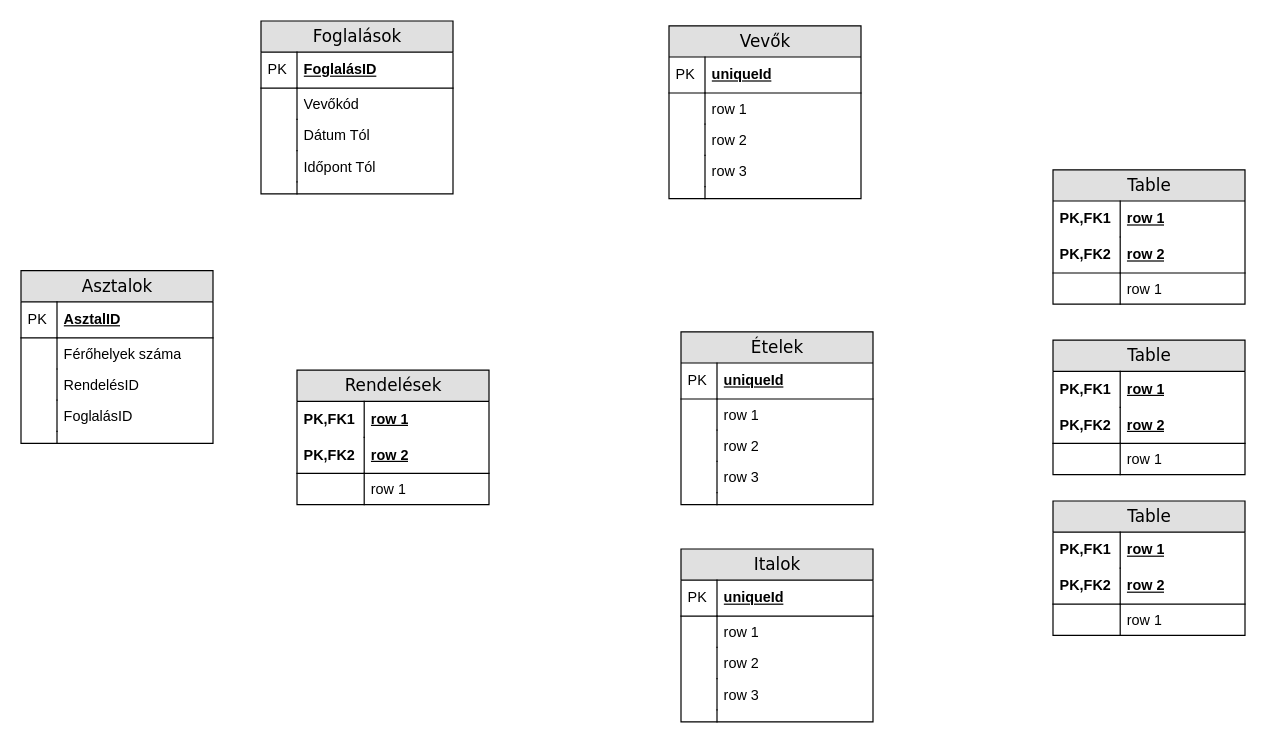
Above: ÉtteremOKJ.drawio in xcom169/xcom169 (draw.io), before the change. Source tidied: cells renumbered, new cells numbered last; positions are measured from the earlier drawing's top-left corner, leaving out a move shared by most shapes. Both pictures are drawn from the tidied source at 120%, with x=0, y=0 at pixel (20, 20).
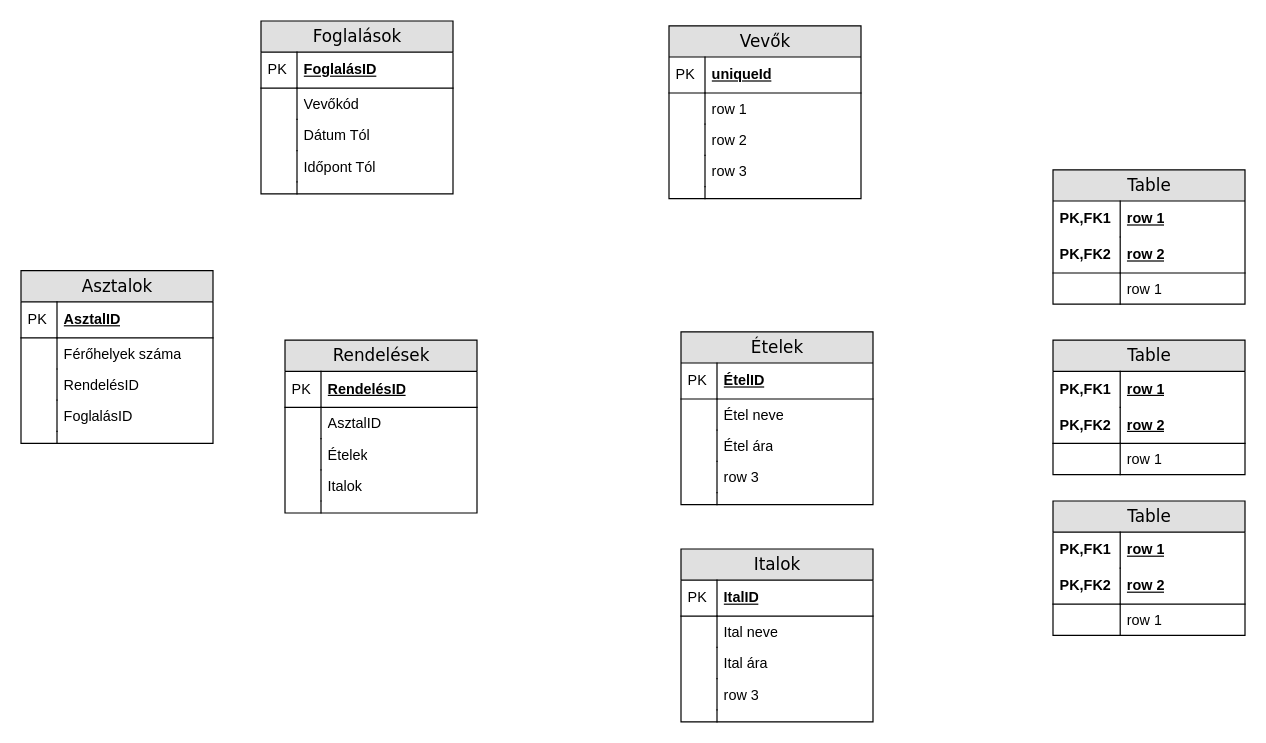
Above is the later version.

Unchanged cells that the change refers to:
```xml
<mxCell id="13" value="&lt;div&gt;Italok&lt;/div&gt;" style="swimlane;html=1;fontStyle=0;horizontal=1;startSize=26;fillColor=#e0e0e0;swimlaneFillColor=#ffffff;align=center;rounded=0;shadow=0;comic=0;labelBackgroundColor=none;strokeWidth=1;fontFamily=Verdana;fontSize=14;" parent="1" vertex="1">
  <mxGeometry x="550" y="440" width="160" height="144" as="geometry" />
</mxCell>
<mxCell id="24" value="Ételek" style="swimlane;html=1;fontStyle=0;horizontal=1;startSize=26;fillColor=#e0e0e0;swimlaneFillColor=#ffffff;align=center;rounded=0;shadow=0;comic=0;labelBackgroundColor=none;strokeWidth=1;fontFamily=Verdana;fontSize=14;" parent="1" vertex="1">
  <mxGeometry x="550" y="259" width="160" height="144" as="geometry" />
</mxCell>
```

What changed in the source:
```diff
@@
-    <mxCell id="14" value="uniqueId" style="shape=partialRectangle;top=0;left=0;right=0;bottom=1;html=1;align=left;verticalAlign=middle;fillColor=none;spacingLeft=34;spacingRight=4;whiteSpace=wrap;overflow=hidden;fontStyle=5;" parent="13" vertex="1">
+    <mxCell id="14" value="ItalID" style="shape=partialRectangle;top=0;left=0;right=0;bottom=1;html=1;align=left;verticalAlign=middle;fillColor=none;spacingLeft=34;spacingRight=4;whiteSpace=wrap;overflow=hidden;fontStyle=5;" parent="13" vertex="1">
       <mxGeometry y="26" width="160" height="30" as="geometry" />
     </mxCell>
@@
-    <mxCell id="16" value="row 1" style="shape=partialRectangle;top=0;left=0;right=0;bottom=0;html=1;align=left;verticalAlign=top;fillColor=none;spacingLeft=34;spacingRight=4;whiteSpace=wrap;overflow=hidden;" parent="13" vertex="1">
+    <mxCell id="16" value="Ital neve" style="shape=partialRectangle;top=0;left=0;right=0;bottom=0;html=1;align=left;verticalAlign=top;fillColor=none;spacingLeft=34;spacingRight=4;whiteSpace=wrap;overflow=hidden;" parent="13" vertex="1">
       <mxGeometry y="56" width="160" height="26" as="geometry" />
     </mxCell>
@@
-    <mxCell id="18" value="row 2" style="shape=partialRectangle;top=0;left=0;right=0;bottom=0;html=1;align=left;verticalAlign=top;fillColor=none;spacingLeft=34;spacingRight=4;whiteSpace=wrap;overflow=hidden;" parent="13" vertex="1">
+    <mxCell id="18" value="Ital ára" style="shape=partialRectangle;top=0;left=0;right=0;bottom=0;html=1;align=left;verticalAlign=top;fillColor=none;spacingLeft=34;spacingRight=4;whiteSpace=wrap;overflow=hidden;" parent="13" vertex="1">
       <mxGeometry y="82" width="160" height="26" as="geometry" />
     </mxCell>
@@
-    <mxCell id="25" value="uniqueId" style="shape=partialRectangle;top=0;left=0;right=0;bottom=1;html=1;align=left;verticalAlign=middle;fillColor=none;spacingLeft=34;spacingRight=4;whiteSpace=wrap;overflow=hidden;fontStyle=5;" parent="24" vertex="1">
+    <mxCell id="25" value="ÉtelID" style="shape=partialRectangle;top=0;left=0;right=0;bottom=1;html=1;align=left;verticalAlign=middle;fillColor=none;spacingLeft=34;spacingRight=4;whiteSpace=wrap;overflow=hidden;fontStyle=5;" parent="24" vertex="1">
       <mxGeometry y="26" width="160" height="30" as="geometry" />
     </mxCell>
@@
-    <mxCell id="27" value="row 1" style="shape=partialRectangle;top=0;left=0;right=0;bottom=0;html=1;align=left;verticalAlign=top;fillColor=none;spacingLeft=34;spacingRight=4;whiteSpace=wrap;overflow=hidden;" parent="24" vertex="1">
+    <mxCell id="27" value="&lt;div&gt;Étel neve&lt;/div&gt;" style="shape=partialRectangle;top=0;left=0;right=0;bottom=0;html=1;align=left;verticalAlign=top;fillColor=none;spacingLeft=34;spacingRight=4;whiteSpace=wrap;overflow=hidden;" parent="24" vertex="1">
       <mxGeometry y="56" width="160" height="26" as="geometry" />
     </mxCell>
@@
-    <mxCell id="29" value="row 2" style="shape=partialRectangle;top=0;left=0;right=0;bottom=0;html=1;align=left;verticalAlign=top;fillColor=none;spacingLeft=34;spacingRight=4;whiteSpace=wrap;overflow=hidden;" parent="24" vertex="1">
+    <mxCell id="29" value="Étel ára" style="shape=partialRectangle;top=0;left=0;right=0;bottom=0;html=1;align=left;verticalAlign=top;fillColor=none;spacingLeft=34;spacingRight=4;whiteSpace=wrap;overflow=hidden;" parent="24" vertex="1">
       <mxGeometry y="82" width="160" height="26" as="geometry" />
     </mxCell>
@@
-    <mxCell id="42" value="&lt;div&gt;Rendelések&lt;/div&gt;" style="swimlane;html=1;fontStyle=0;horizontal=1;startSize=26;fillColor=#e0e0e0;swimlaneFillColor=#ffffff;align=center;rounded=0;shadow=0;comic=0;labelBackgroundColor=none;strokeWidth=1;fontFamily=Verdana;fontSize=14;" parent="1" vertex="1">
-      <mxGeometry x="230" y="291" width="160" height="112" as="geometry" />
-    </mxCell>
-    <mxCell id="43" value="row 1" style="shape=partialRectangle;top=0;left=0;right=0;bottom=0;html=1;align=left;verticalAlign=middle;fillColor=none;spacingLeft=60;spacingRight=4;whiteSpace=wrap;overflow=hidden;fontStyle=5;" parent="42" vertex="1">
-      <mxGeometry y="26" width="160" height="30" as="geometry" />
-    </mxCell>
-    <mxCell id="44" value="PK,FK1" style="shape=partialRectangle;fontStyle=1;top=0;left=0;bottom=0;html=1;fillColor=none;align=left;verticalAlign=middle;spacingLeft=4;spacingRight=4;whiteSpace=wrap;overflow=hidden;" parent="43" vertex="1">
-      <mxGeometry width="56" height="30" as="geometry" />
-    </mxCell>
-    <mxCell id="45" value="row 2" style="shape=partialRectangle;top=0;left=0;right=0;bottom=1;html=1;align=left;verticalAlign=middle;fillColor=none;spacingLeft=60;spacingRight=4;whiteSpace=wrap;overflow=hidden;fontStyle=5;" parent="42" vertex="1">
-      <mxGeometry y="56" width="160" height="30" as="geometry" />
-    </mxCell>
-    <mxCell id="46" value="PK,FK2" style="shape=partialRectangle;fontStyle=1;top=0;left=0;bottom=0;html=1;fillColor=none;align=left;verticalAlign=middle;spacingLeft=4;spacingRight=4;whiteSpace=wrap;overflow=hidden;" parent="45" vertex="1">
-      <mxGeometry width="56" height="30" as="geometry" />
-    </mxCell>
-    <mxCell id="47" value="row 1" style="shape=partialRectangle;top=0;left=0;right=0;bottom=0;html=1;align=left;verticalAlign=top;fillColor=none;spacingLeft=60;spacingRight=4;whiteSpace=wrap;overflow=hidden;" parent="42" vertex="1">
-      <mxGeometry y="86" width="160" height="26" as="geometry" />
-    </mxCell>
-    <mxCell id="48" style="shape=partialRectangle;top=0;left=0;bottom=0;html=1;fillColor=none;align=left;verticalAlign=top;spacingLeft=4;spacingRight=4;whiteSpace=wrap;overflow=hidden;" parent="47" vertex="1">
-      <mxGeometry width="56" height="26" as="geometry" />
-    </mxCell>
@@
+    <mxCell id="42" value="Rendelések" style="swimlane;html=1;fontStyle=0;horizontal=1;startSize=26;fillColor=#e0e0e0;swimlaneFillColor=#ffffff;align=center;rounded=0;shadow=0;comic=0;labelBackgroundColor=none;strokeWidth=1;fontFamily=Verdana;fontSize=14;" parent="1" vertex="1">
+      <mxGeometry x="220" y="266" width="160" height="144" as="geometry" />
+    </mxCell>
+    <mxCell id="85" value="RendelésID" style="shape=partialRectangle;top=0;left=0;right=0;bottom=1;html=1;align=left;verticalAlign=middle;fillColor=none;spacingLeft=34;spacingRight=4;whiteSpace=wrap;overflow=hidden;fontStyle=5;" parent="42" vertex="1">
+      <mxGeometry y="26" width="160" height="30" as="geometry" />
+    </mxCell>
+    <mxCell id="86" value="PK" style="shape=partialRectangle;top=0;left=0;bottom=0;html=1;fillColor=none;align=left;verticalAlign=middle;spacingLeft=4;spacingRight=4;whiteSpace=wrap;overflow=hidden;" parent="85" vertex="1">
+      <mxGeometry width="30" height="30" as="geometry" />
+    </mxCell>
+    <mxCell id="87" value="AsztalID" style="shape=partialRectangle;top=0;left=0;right=0;bottom=0;html=1;align=left;verticalAlign=top;fillColor=none;spacingLeft=34;spacingRight=4;whiteSpace=wrap;overflow=hidden;" parent="42" vertex="1">
+      <mxGeometry y="56" width="160" height="26" as="geometry" />
+    </mxCell>
+    <mxCell id="88" style="shape=partialRectangle;top=0;left=0;bottom=0;html=1;fillColor=none;align=left;verticalAlign=top;spacingLeft=4;spacingRight=4;whiteSpace=wrap;overflow=hidden;" parent="87" vertex="1">
+      <mxGeometry width="30" height="26" as="geometry" />
+    </mxCell>
+    <mxCell id="89" value="Ételek" style="shape=partialRectangle;top=0;left=0;right=0;bottom=0;html=1;align=left;verticalAlign=top;fillColor=none;spacingLeft=34;spacingRight=4;whiteSpace=wrap;overflow=hidden;" parent="42" vertex="1">
+      <mxGeometry y="82" width="160" height="26" as="geometry" />
+    </mxCell>
+    <mxCell id="90" style="shape=partialRectangle;top=0;left=0;bottom=0;html=1;fillColor=none;align=left;verticalAlign=top;spacingLeft=4;spacingRight=4;whiteSpace=wrap;overflow=hidden;" parent="89" vertex="1">
+      <mxGeometry width="30" height="26" as="geometry" />
+    </mxCell>
+    <mxCell id="91" value="Italok" style="shape=partialRectangle;top=0;left=0;right=0;bottom=0;html=1;align=left;verticalAlign=top;fillColor=none;spacingLeft=34;spacingRight=4;whiteSpace=wrap;overflow=hidden;" parent="42" vertex="1">
+      <mxGeometry y="108" width="160" height="26" as="geometry" />
+    </mxCell>
+    <mxCell id="92" style="shape=partialRectangle;top=0;left=0;bottom=0;html=1;fillColor=none;align=left;verticalAlign=top;spacingLeft=4;spacingRight=4;whiteSpace=wrap;overflow=hidden;" parent="91" vertex="1">
+      <mxGeometry width="30" height="26" as="geometry" />
+    </mxCell>
+    <mxCell id="93" style="shape=partialRectangle;top=0;left=0;right=0;bottom=0;html=1;align=left;verticalAlign=top;fillColor=none;spacingLeft=34;spacingRight=4;whiteSpace=wrap;overflow=hidden;" parent="42" vertex="1">
+      <mxGeometry y="134" width="160" height="10" as="geometry" />
+    </mxCell>
+    <mxCell id="94" style="shape=partialRectangle;top=0;left=0;bottom=0;html=1;fillColor=none;align=left;verticalAlign=top;spacingLeft=4;spacingRight=4;whiteSpace=wrap;overflow=hidden;" parent="93" vertex="1">
+      <mxGeometry width="30" height="10" as="geometry" />
+    </mxCell>
```
